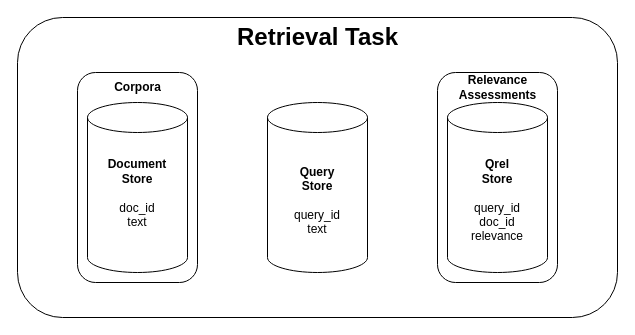
This is page "datasets" (3 of 7) of thesis/graphics/drawio/stages.drawio from Integer-Ctrl/thesis-fhofer, a draw.io file, before an edit. Source tidied: cells renumbered, new cells numbered last; positions are measured from the earlier drawing's top-left corner, leaving out a move shared by most shapes. Both pictures are drawn from the tidied source at 100%, with x=0, y=0 at pixel (17, 17).
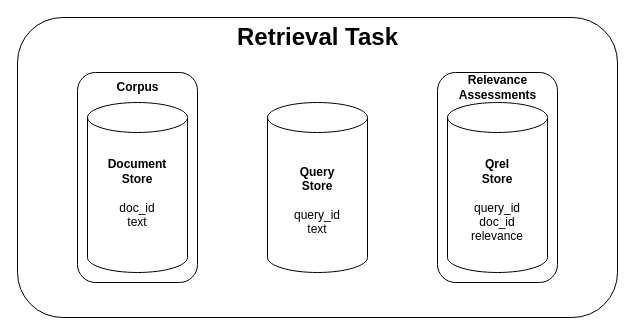
The same diagram, later.

What changed in the source:
```diff
@@
 <mxGraphModel>
   <root>
     <mxCell id="0" />
     <mxCell id="1" parent="0" />
     <mxCell id="2" style="rounded=1;whiteSpace=wrap;html=1;" parent="1" vertex="1">
       <mxGeometry width="600" height="300" as="geometry" />
     </mxCell>
     <mxCell id="3" style="rounded=1;whiteSpace=wrap;html=1;" parent="1" vertex="1">
       <mxGeometry x="420" y="55" width="120" height="210" as="geometry" />
     </mxCell>
     <mxCell id="4" value="Relevance&lt;div&gt;Assessments&lt;/div&gt;" style="text;html=1;align=center;verticalAlign=middle;strokeColor=none;fillColor=none;fontStyle=1;" parent="1" vertex="1">
       <mxGeometry x="435" y="50" width="90" height="40" as="geometry" />
     </mxCell>
     <mxCell id="5" style="rounded=1;whiteSpace=wrap;html=1;" parent="1" vertex="1">
       <mxGeometry x="60" y="55" width="120" height="210" as="geometry" />
     </mxCell>
     <mxCell id="6" value="&lt;b&gt;Document&lt;/b&gt;&lt;div&gt;&lt;b&gt;Store&lt;/b&gt;&lt;/div&gt;&lt;div&gt;&lt;b&gt;&lt;br&gt;&lt;/b&gt;&lt;/div&gt;&lt;div&gt;doc_id&lt;/div&gt;&lt;div&gt;text&lt;/div&gt;&lt;div&gt;&lt;b&gt;&lt;br&gt;&lt;/b&gt;&lt;/div&gt;" style="shape=cylinder3;whiteSpace=wrap;html=1;boundedLbl=1;backgroundOutline=1;size=15;" parent="1" vertex="1">
       <mxGeometry x="70" y="85" width="100" height="170" as="geometry" />
     </mxCell>
     <mxCell id="7" value="&lt;b&gt;Query&lt;/b&gt;&lt;div&gt;&lt;b&gt;Store&lt;/b&gt;&lt;/div&gt;&lt;div&gt;&lt;b&gt;&lt;br&gt;&lt;/b&gt;&lt;/div&gt;&lt;div&gt;query_id&lt;/div&gt;&lt;div&gt;text&lt;/div&gt;" style="shape=cylinder3;whiteSpace=wrap;html=1;boundedLbl=1;backgroundOutline=1;size=15;" parent="1" vertex="1">
       <mxGeometry x="250" y="85" width="100" height="170" as="geometry" />
     </mxCell>
     <mxCell id="8" value="&lt;b&gt;Qrel&lt;/b&gt;&lt;div&gt;&lt;b&gt;Store&lt;/b&gt;&lt;/div&gt;&lt;div&gt;&lt;b&gt;&lt;br&gt;&lt;/b&gt;&lt;/div&gt;&lt;div&gt;query_id&lt;/div&gt;&lt;div&gt;doc_id&lt;/div&gt;&lt;div&gt;relevance&lt;/div&gt;" style="shape=cylinder3;whiteSpace=wrap;html=1;boundedLbl=1;backgroundOutline=1;size=15;" parent="1" vertex="1">
       <mxGeometry x="430" y="85" width="100" height="170" as="geometry" />
     </mxCell>
-    <mxCell id="9" value="Corpora" style="text;html=1;align=center;verticalAlign=middle;strokeColor=none;fillColor=none;fontStyle=1;" parent="1" vertex="1">
-      <mxGeometry x="85" y="55" width="70" height="30" as="geometry" />
+    <mxCell id="9" value="Corpus" style="text;html=1;align=center;verticalAlign=middle;strokeColor=none;fillColor=none;fontStyle=1;" parent="1" vertex="1">
+      <mxGeometry x="90" y="55" width="60" height="30" as="geometry" />
     </mxCell>
     <mxCell id="10" value="&lt;b&gt;&lt;font style=&quot;font-size: 24px;&quot;&gt;Retrieval Task&lt;/font&gt;&lt;/b&gt;" style="text;html=1;align=center;verticalAlign=middle;strokeColor=none;fillColor=none;" parent="1" vertex="1">
       <mxGeometry x="210" width="180" height="40" as="geometry" />
     </mxCell>
   </root>
 </mxGraphModel>
```
